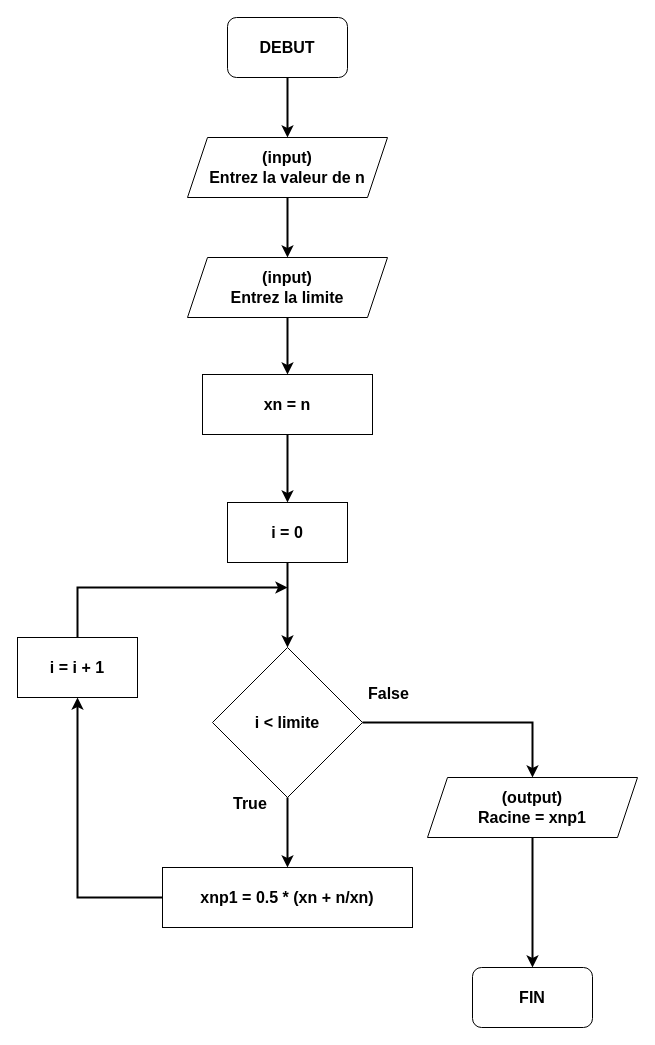
Earlier version of the draw.io diagram 1M/algo/cours/images/HeronAlexandrie.drawio (vkeller/modulo-gybe). Source tidied: cells renumbered, new cells numbered last; positions are measured from the earlier drawing's top-left corner, leaving out a move shared by most shapes. Both pictures are drawn from the tidied source at 100%, with x=0, y=0 at pixel (17, 17).
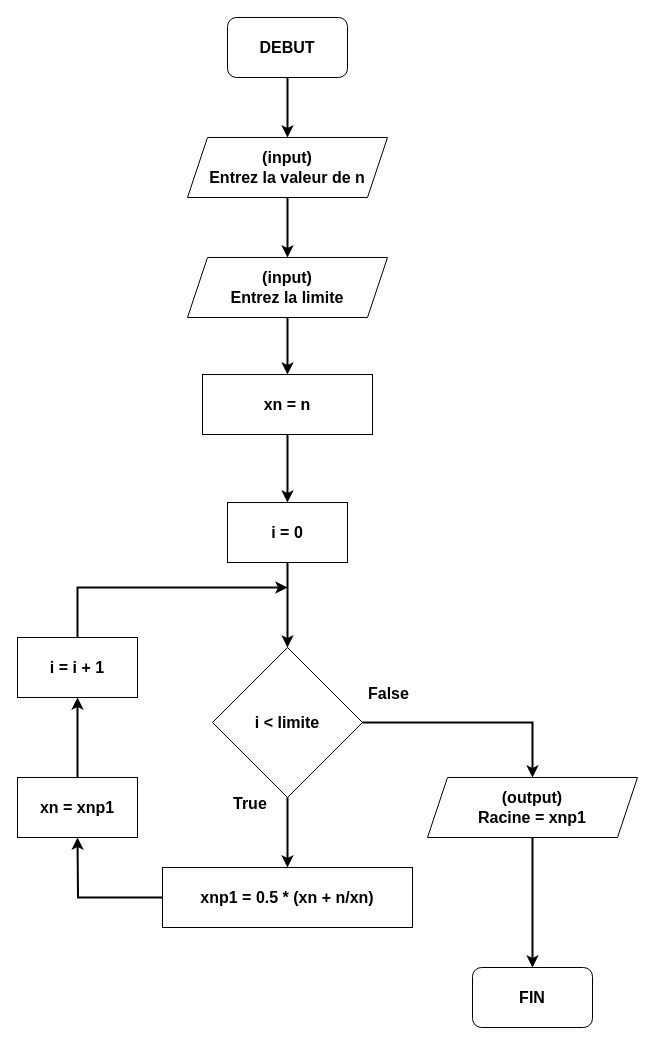
The same diagram, later.

Commit message (it also covers changes not shown here):
Corrections C2-ALGO-03 + graphique Heron d'Alexandrie

Unchanged cells that the change refers to:
```xml
<mxCell id="16" value="&lt;b&gt;xnp1 = 0.5 * (xn + n/xn)&lt;/b&gt;" style="rounded=0;whiteSpace=wrap;html=1;fontSize=16;" parent="1" vertex="1">
  <mxGeometry x="145" y="850" width="250" height="60" as="geometry" />
</mxCell>
<mxCell id="17" value="&lt;b&gt;i = i + 1&lt;/b&gt;" style="rounded=0;whiteSpace=wrap;html=1;fontSize=16;" parent="1" vertex="1">
  <mxGeometry y="620" width="120" height="60" as="geometry" />
</mxCell>
```

Diff of the diagram source:
```diff
@@
-    <mxCell id="15" style="edgeStyle=orthogonalEdgeStyle;rounded=0;jettySize=auto;html=1;exitX=0;exitY=0.5;exitDx=0;exitDy=0;entryX=0.5;entryY=1;entryDx=0;entryDy=0;strokeWidth=2;fontSize=16;" parent="1" edge="1" source="16" target="17">
-      <mxGeometry relative="1" as="geometry" />
+    <mxCell id="15" style="edgeStyle=orthogonalEdgeStyle;rounded=0;jettySize=auto;html=1;exitX=0;exitY=0.5;exitDx=0;exitDy=0;strokeWidth=2;fontSize=16;" parent="1" edge="1" source="16">
+      <mxGeometry relative="1" as="geometry">
+        <mxPoint x="60" y="820" as="targetPoint" />
+      </mxGeometry>
     </mxCell>
@@
+    <mxCell id="24" value="&lt;b&gt;xn = xnp1&lt;/b&gt;" style="rounded=0;whiteSpace=wrap;html=1;fontSize=16;" parent="1" vertex="1">
+      <mxGeometry y="760" width="120" height="60" as="geometry" />
+    </mxCell>
+    <mxCell id="25" style="edgeStyle=orthogonalEdgeStyle;rounded=0;jettySize=auto;html=1;exitX=0.5;exitY=0;exitDx=0;exitDy=0;entryX=0.5;entryY=1;entryDx=0;entryDy=0;strokeWidth=2;fontSize=16;" parent="1" edge="1" source="24" target="17">
+      <mxGeometry relative="1" as="geometry" />
+    </mxCell>
```
